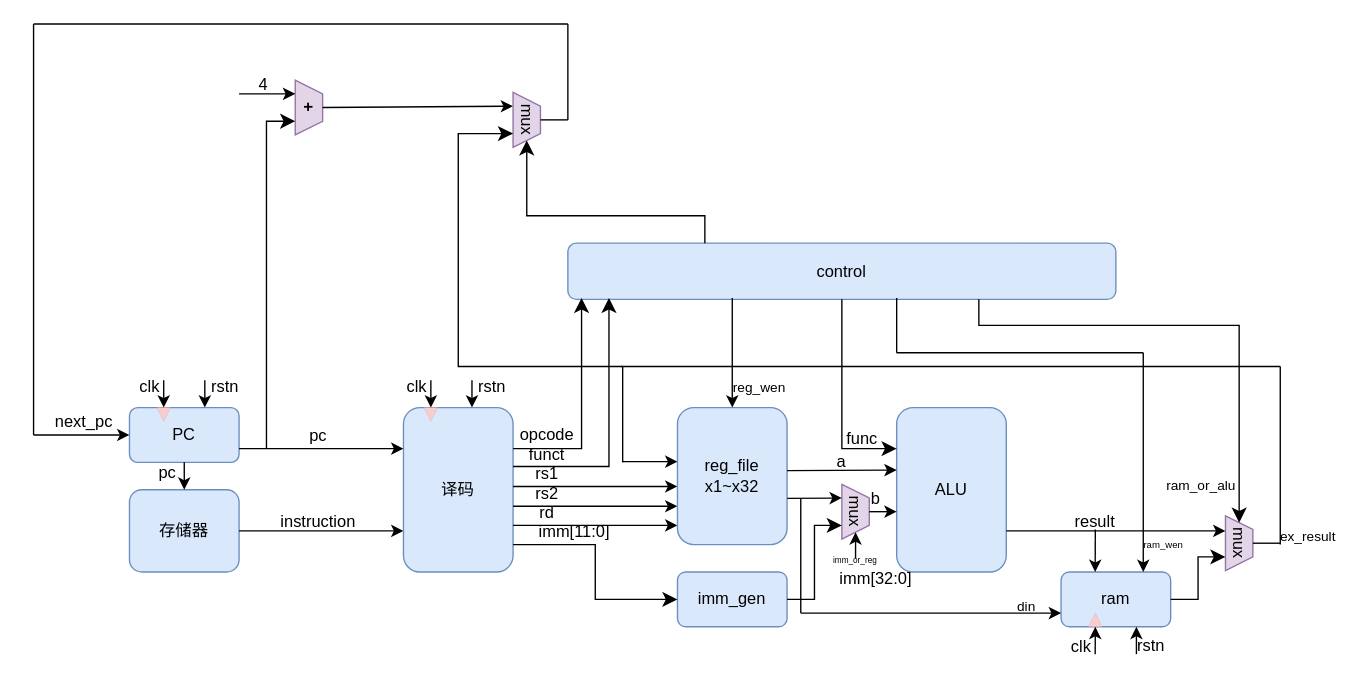
This is riscv.drawio from youmiwei/drawio, a draw.io file, before an edit. Source tidied: cells renumbered, new cells numbered last; positions are measured from the earlier drawing's top-left corner, leaving out a move shared by most shapes. Both pictures are drawn from the tidied source at 137%, with x=0, y=0 at pixel (33, 23).
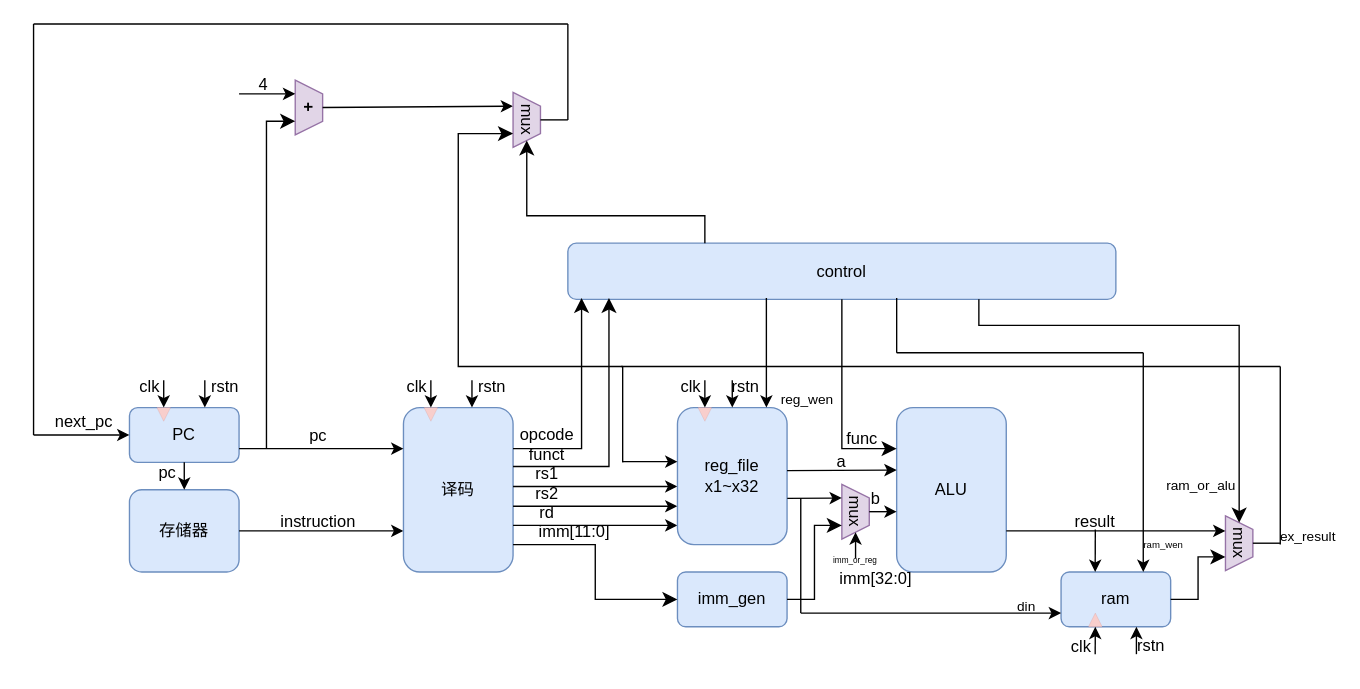
The same diagram, later.

Unchanged cells that the change refers to:
```xml
<mxCell id="35" value="&lt;div&gt;reg_file&lt;/div&gt;x1~x32" style="rounded=1;whiteSpace=wrap;html=1;fillColor=#dae8fc;strokeColor=#6c8ebf;" parent="1" vertex="1">
  <mxGeometry x="470" y="280" width="80" height="100" as="geometry" />
</mxCell>
```

The edit, as a diff of the source:
```diff
@@
-    <mxCell id="63" style="endArrow=classic;html=1;rounded=0;entryX=0.5;entryY=0;entryDx=0;entryDy=0;" parent="1" edge="1" target="35">
+    <mxCell id="63" style="endArrow=classic;html=1;rounded=0;entryX=0.5;entryY=0;entryDx=0;entryDy=0;" parent="1" edge="1">
       <mxGeometry relative="1" as="geometry">
-        <mxPoint x="510" y="200" as="sourcePoint" />
+        <mxPoint x="534.9" y="200" as="sourcePoint" />
+        <mxPoint x="534.9" y="280" as="targetPoint" />
       </mxGeometry>
     </mxCell>
     <mxCell id="64" value="&lt;font style=&quot;font-size: 10px;&quot;&gt;reg_wen&lt;/font&gt;" style="text;html=1;align=center;verticalAlign=middle;whiteSpace=wrap;rounded=0;" parent="1" vertex="1">
-      <mxGeometry x="510" y="260" width="40" height="10" as="geometry" />
+      <mxGeometry x="545" y="269" width="40" height="10" as="geometry" />
     </mxCell>
@@
+    <mxCell id="91" style="triangle;whiteSpace=wrap;html=1;rotation=-90;fillColor=#f8cecc;strokeColor=#b85450;strokeWidth=0;direction=west;" parent="1" vertex="1">
+      <mxGeometry x="485" y="280" width="10" height="10" as="geometry" />
+    </mxCell>
+    <mxCell id="92" style="endArrow=classic;html=1;rounded=0;entryX=0.25;entryY=0;entryDx=0;entryDy=0;" parent="1" edge="1" target="35">
+      <mxGeometry relative="1" as="geometry">
+        <mxPoint x="490" y="260" as="sourcePoint" />
+      </mxGeometry>
+    </mxCell>
+    <mxCell id="93" value="clk" style="text;html=1;align=center;verticalAlign=middle;whiteSpace=wrap;rounded=0;direction=east;" parent="1" vertex="1">
+      <mxGeometry x="465" y="260" width="30" height="10" as="geometry" />
+    </mxCell>
+    <mxCell id="94" style="endArrow=classic;html=1;rounded=0;entryX=0.5;entryY=0;entryDx=0;entryDy=0;" parent="1" edge="1" target="35">
+      <mxGeometry relative="1" as="geometry">
+        <mxPoint x="510" y="260" as="sourcePoint" />
+      </mxGeometry>
+    </mxCell>
+    <mxCell id="95" value="rstn" style="text;html=1;align=center;verticalAlign=middle;whiteSpace=wrap;rounded=0;direction=east;" parent="1" vertex="1">
+      <mxGeometry x="510" y="260" width="20" height="10" as="geometry" />
+    </mxCell>
```
